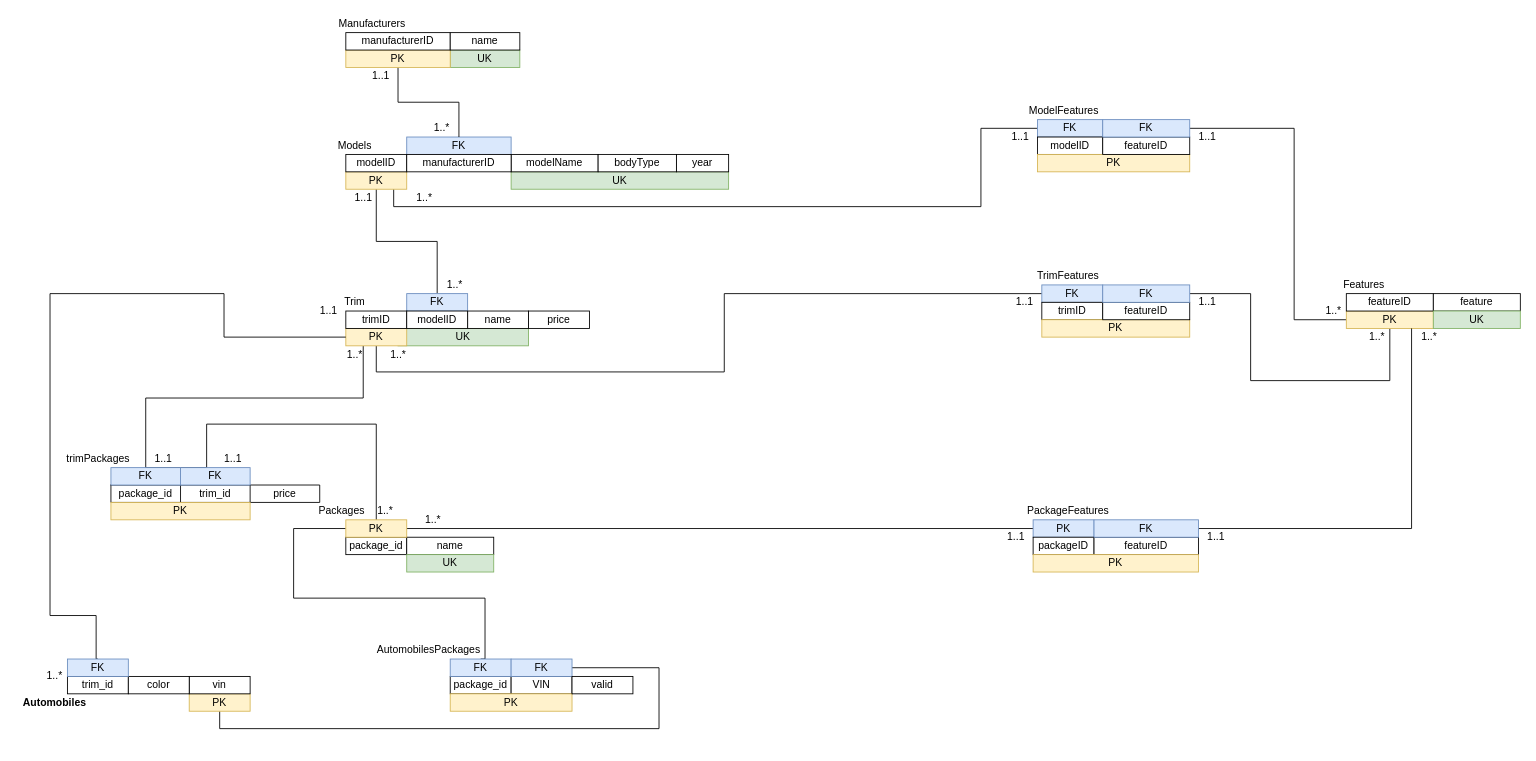
The draw.io diagram page "Scheme" (2 of 2) of Project 2.drawio in AnthraciteData/CECS-323-, before the edit. Source tidied: cells renumbered, new cells numbered last; positions are measured from the earlier drawing's top-left corner, leaving out a move shared by most shapes. Both pictures are drawn from the tidied source at 87%, with x=0, y=0 at pixel (15, 15).
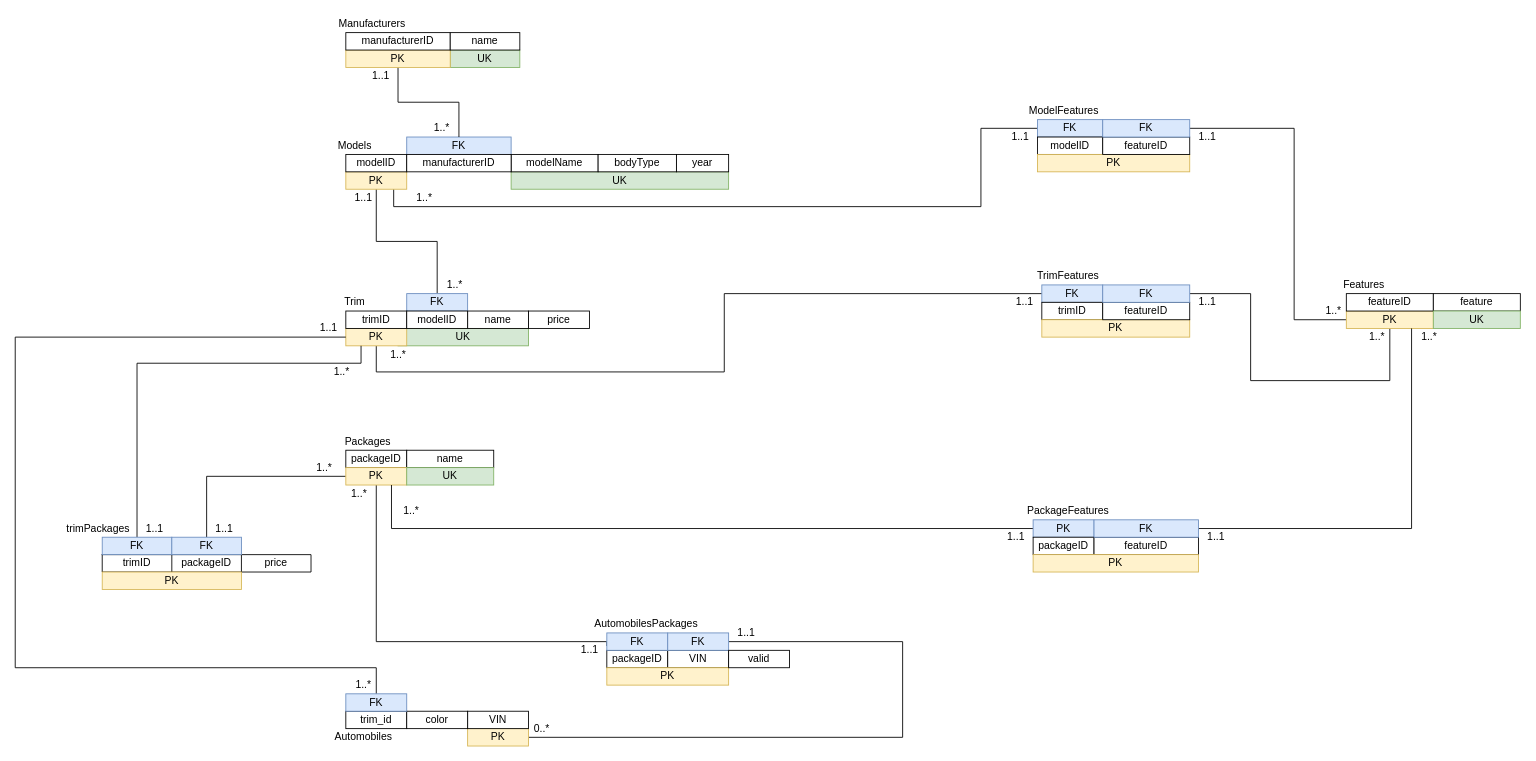
Above is the later version.

Unchanged cells that the change refers to:
```xml
<mxCell id="34" value="PK" style="whiteSpace=wrap;html=1;fillColor=#fff2cc;strokeColor=#d6b656;" parent="1" vertex="1">
  <mxGeometry x="380" y="360" width="70" height="20" as="geometry" />
</mxCell>
<mxCell id="44" style="shape=tableRow;horizontal=0;startSize=0;swimlaneHead=0;swimlaneBody=0;top=0;left=0;bottom=0;right=0;fillColor=none;" parent="43" vertex="1">
  <mxGeometry width="240" height="20" as="geometry" />
</mxCell>
<mxCell id="64" value="PK" style="whiteSpace=wrap;html=1;fillColor=#dae8fc;strokeColor=#6c8ebf;" parent="1" vertex="1">
  <mxGeometry x="1170" y="580" width="70" height="20" as="geometry" />
</mxCell>
```

Diff of the diagram source:
```diff
@@
     <mxCell id="3" style="edgeStyle=orthogonalEdgeStyle;rounded=0;jettySize=auto;html=1;entryX=1;entryY=0.5;entryDx=0;entryDy=0;endArrow=none;endFill=0;" parent="1" edge="1" source="4" target="104">
       <mxGeometry relative="1" as="geometry">
         <Array as="points">
-          <mxPoint x="235" y="820" />
-          <mxPoint x="740" y="820" />
-          <mxPoint x="740" y="750" />
+          <mxPoint x="1020" y="830" />
+          <mxPoint x="1020" y="720" />
         </Array>
       </mxGeometry>
     </mxCell>
     <mxCell id="4" value="PK" style="whiteSpace=wrap;html=1;fillColor=#fff2cc;strokeColor=#d6b656;" parent="1" vertex="1">
-      <mxGeometry x="200" y="780" width="70" height="20" as="geometry" />
+      <mxGeometry x="520" y="820" width="70" height="20" as="geometry" />
     </mxCell>
-    <mxCell id="5" value="vin" style="whiteSpace=wrap;html=1;" parent="1" vertex="1">
-      <mxGeometry x="200" y="760" width="70" height="20" as="geometry" />
+    <mxCell id="5" value="VIN" style="whiteSpace=wrap;html=1;" parent="1" vertex="1">
+      <mxGeometry x="520" y="800" width="70" height="20" as="geometry" />
     </mxCell>
@@
-    <mxCell id="22" value="Automobiles" style="text;html=1;align=center;verticalAlign=middle;strokeColor=none;fillColor=none;fontStyle=1;" parent="1" vertex="1">
-      <mxGeometry y="780" width="90" height="20" as="geometry" />
-    </mxCell>
     <mxCell id="23" value="trim_id" style="whiteSpace=wrap;html=1;" parent="1" vertex="1">
-      <mxGeometry x="60" y="760" width="70" height="20" as="geometry" />
+      <mxGeometry x="380" y="800" width="70" height="20" as="geometry" />
     </mxCell>
@@
     <mxCell id="25" value="color" style="whiteSpace=wrap;html=1;" parent="1" vertex="1">
-      <mxGeometry x="130" y="760" width="70" height="20" as="geometry" />
+      <mxGeometry x="450" y="800" width="70" height="20" as="geometry" />
     </mxCell>
     <mxCell id="26" value="Packages" style="text;html=1;align=center;verticalAlign=middle;strokeColor=none;fillColor=none;" parent="1" vertex="1">
-      <mxGeometry x="340" y="560" width="70" height="20" as="geometry" />
+      <mxGeometry x="370" y="480" width="70" height="20" as="geometry" />
     </mxCell>
-    <mxCell id="27" value="package_id" style="whiteSpace=wrap;html=1;" parent="1" vertex="1">
-      <mxGeometry x="380" y="600" width="70" height="20" as="geometry" />
+    <mxCell id="27" value="packageID" style="whiteSpace=wrap;html=1;" parent="1" vertex="1">
+      <mxGeometry x="380" y="500" width="70" height="20" as="geometry" />
     </mxCell>
     <mxCell id="28" value="name" style="whiteSpace=wrap;html=1;" parent="1" vertex="1">
-      <mxGeometry x="450" y="600" width="100" height="20" as="geometry" />
+      <mxGeometry x="450" y="500" width="100" height="20" as="geometry" />
     </mxCell>
@@
-    <mxCell id="33" style="edgeStyle=orthogonalEdgeStyle;rounded=0;jettySize=auto;html=1;entryX=-0.075;entryY=1.236;entryDx=0;entryDy=0;entryPerimeter=0;endArrow=none;endFill=0;" parent="1" edge="1" source="34" target="62">
-      <mxGeometry relative="1" as="geometry">
-        <Array as="points">
-          <mxPoint x="400" y="440" />
-          <mxPoint x="150" y="440" />
-          <mxPoint x="150" y="525" />
-        </Array>
-      </mxGeometry>
-    </mxCell>
@@
-    <mxCell id="35" style="edgeStyle=orthogonalEdgeStyle;rounded=0;jettySize=auto;html=1;exitX=0;exitY=0.5;exitDx=0;exitDy=0;endArrow=none;endFill=0;entryX=0.5;entryY=0;entryDx=0;entryDy=0;" parent="1" edge="1" source="34" target="99">
-      <mxGeometry relative="1" as="geometry">
-        <Array as="points">
-          <mxPoint x="240" y="370" />
-          <mxPoint x="240" y="320" />
-          <mxPoint x="40" y="320" />
-          <mxPoint x="40" y="690" />
-          <mxPoint x="93" y="690" />
-          <mxPoint x="93" y="740" />
-        </Array>
-      </mxGeometry>
-    </mxCell>
@@
-    <mxCell id="39" style="edgeStyle=orthogonalEdgeStyle;rounded=0;jettySize=auto;html=1;entryX=0.5;entryY=0;entryDx=0;entryDy=0;endArrow=none;endFill=0;" parent="1" edge="1" source="42" target="49">
-      <mxGeometry relative="1" as="geometry">
-        <Array as="points">
-          <mxPoint x="415" y="470" />
-          <mxPoint x="220" y="470" />
-          <mxPoint x="220" y="520" />
-        </Array>
-      </mxGeometry>
-    </mxCell>
-    <mxCell id="40" style="edgeStyle=orthogonalEdgeStyle;rounded=0;jettySize=auto;html=1;entryX=0;entryY=0.5;entryDx=0;entryDy=0;endArrow=none;endFill=0;" parent="1" edge="1" source="42" target="64">
-      <mxGeometry relative="1" as="geometry" />
-    </mxCell>
-    <mxCell id="41" style="edgeStyle=orthogonalEdgeStyle;rounded=0;jettySize=auto;html=1;entryX=0.5;entryY=0;entryDx=0;entryDy=0;endArrow=none;endFill=0;" parent="1" edge="1" source="42" target="103">
+    <mxCell id="41" style="edgeStyle=orthogonalEdgeStyle;rounded=0;jettySize=auto;html=1;entryX=0;entryY=0.75;entryDx=0;entryDy=0;endArrow=none;endFill=0;" parent="1" edge="1" source="42" target="103">
       <mxGeometry relative="1" as="geometry">
         <Array as="points">
-          <mxPoint x="320" y="590" />
-          <mxPoint x="320" y="670" />
-          <mxPoint x="540" y="670" />
-          <mxPoint x="540" y="740" />
+          <mxPoint x="415" y="720" />
+          <mxPoint x="680" y="720" />
         </Array>
       </mxGeometry>
     </mxCell>
+    <mxCell id="109" style="edgeStyle=orthogonalEdgeStyle;rounded=0;jettySize=auto;html=1;entryX=0.5;entryY=0;entryDx=0;entryDy=0;endArrow=none;endFill=0;" parent="1" edge="1" source="42" target="51">
+      <mxGeometry relative="1" as="geometry" />
+    </mxCell>
     <mxCell id="42" value="PK" style="whiteSpace=wrap;html=1;fillColor=#fff2cc;strokeColor=#d6b656;" parent="1" vertex="1">
-      <mxGeometry x="380" y="580" width="70" height="20" as="geometry" />
+      <mxGeometry x="380" y="520" width="70" height="20" as="geometry" />
     </mxCell>
     <mxCell id="43" style="shape=table;html=1;whiteSpace=wrap;startSize=0;childLayout=tableLayout;" parent="1" vertex="1">
-      <mxGeometry x="110" y="540" width="240" height="20" as="geometry" />
+      <mxGeometry x="100" y="620" width="240" height="20" as="geometry" />
     </mxCell>
@@
-    <mxCell id="45" value="package_id" style="shape=partialRectangle;html=1;whiteSpace=wrap;fillColor=none;top=0;left=0;bottom=0;right=0;overflow=hidden;" parent="44" vertex="1">
+    <mxCell id="45" value="trimID" style="shape=partialRectangle;html=1;whiteSpace=wrap;fillColor=none;top=0;left=0;bottom=0;right=0;overflow=hidden;" parent="44" vertex="1">
       <mxGeometry width="80" height="20" as="geometry" />
     </mxCell>
-    <mxCell id="46" value="trim_id" style="shape=partialRectangle;html=1;whiteSpace=wrap;fillColor=none;top=0;left=0;bottom=0;right=0;overflow=hidden;" parent="44" vertex="1">
+    <mxCell id="46" value="packageID" style="shape=partialRectangle;html=1;whiteSpace=wrap;fillColor=none;top=0;left=0;bottom=0;right=0;overflow=hidden;" parent="44" vertex="1">
       <mxGeometry x="80" width="80" height="20" as="geometry" />
     </mxCell>
@@
     <mxCell id="48" value="PK" style="whiteSpace=wrap;html=1;fillColor=#fff2cc;strokeColor=#d6b656;" parent="1" vertex="1">
-      <mxGeometry x="110" y="560" width="160" height="20" as="geometry" />
+      <mxGeometry x="100" y="640" width="160" height="20" as="geometry" />
     </mxCell>
+    <mxCell id="110" style="edgeStyle=orthogonalEdgeStyle;rounded=0;jettySize=auto;html=1;entryX=0.25;entryY=1;entryDx=0;entryDy=0;endArrow=none;endFill=0;" parent="1" edge="1" source="49" target="34">
+      <mxGeometry relative="1" as="geometry">
+        <Array as="points">
+          <mxPoint x="140" y="400" />
+          <mxPoint x="398" y="400" />
+        </Array>
+      </mxGeometry>
+    </mxCell>
     <mxCell id="49" value="FK" style="whiteSpace=wrap;html=1;fillColor=#dae8fc;strokeColor=#6c8ebf;" parent="1" vertex="1">
-      <mxGeometry x="110" y="520" width="80" height="20" as="geometry" />
+      <mxGeometry x="100" y="600" width="80" height="20" as="geometry" />
     </mxCell>
     <mxCell id="50" value="UK" style="whiteSpace=wrap;html=1;fillColor=#d5e8d4;strokeColor=#82b366;" parent="1" vertex="1">
-      <mxGeometry x="450" y="620" width="100" height="20" as="geometry" />
+      <mxGeometry x="450" y="520" width="100" height="20" as="geometry" />
     </mxCell>
     <mxCell id="51" value="FK" style="whiteSpace=wrap;html=1;fillColor=#dae8fc;strokeColor=#6c8ebf;" parent="1" vertex="1">
-      <mxGeometry x="190" y="520" width="80" height="20" as="geometry" />
+      <mxGeometry x="180" y="600" width="80" height="20" as="geometry" />
     </mxCell>
@@
     <mxCell id="53" value="1..*" style="text;html=1;align=center;verticalAlign=middle;strokeColor=none;fillColor=none;" parent="1" vertex="1">
-      <mxGeometry x="30" y="750" width="30" height="20" as="geometry" />
+      <mxGeometry x="385" y="760" width="30" height="20" as="geometry" />
     </mxCell>
     <mxCell id="54" value="1..1" style="text;html=1;align=center;verticalAlign=middle;strokeColor=none;fillColor=none;" parent="1" vertex="1">
-      <mxGeometry x="340" y="330" width="40" height="20" as="geometry" />
+      <mxGeometry x="340" y="350" width="40" height="20" as="geometry" />
     </mxCell>
@@
     <mxCell id="57" value="1..*" style="text;html=1;align=center;verticalAlign=middle;strokeColor=none;fillColor=none;" parent="1" vertex="1">
-      <mxGeometry x="375" y="380" width="30" height="20" as="geometry" />
+      <mxGeometry x="360" y="400" width="30" height="20" as="geometry" />
     </mxCell>
@@
     <mxCell id="59" value="trimPackages" style="text;html=1;align=center;verticalAlign=middle;strokeColor=none;fillColor=none;" parent="1" vertex="1">
-      <mxGeometry x="50" y="500" width="90" height="20" as="geometry" />
+      <mxGeometry x="50" y="580" width="90" height="20" as="geometry" />
     </mxCell>
     <mxCell id="60" value="1..*" style="text;html=1;align=center;verticalAlign=middle;strokeColor=none;fillColor=none;" parent="1" vertex="1">
-      <mxGeometry x="410" y="560" width="30" height="20" as="geometry" />
+      <mxGeometry x="340" y="510" width="30" height="20" as="geometry" />
     </mxCell>
     <mxCell id="61" value="1..1" style="text;html=1;align=center;verticalAlign=middle;strokeColor=none;fillColor=none;" parent="1" vertex="1">
-      <mxGeometry x="150" y="500" width="40" height="20" as="geometry" />
+      <mxGeometry x="140" y="580" width="40" height="20" as="geometry" />
     </mxCell>
     <mxCell id="62" value="1..1" style="text;html=1;align=center;verticalAlign=middle;points=[];strokeColor=none;fillColor=none;" parent="1" vertex="1">
-      <mxGeometry x="230" y="500" width="40" height="20" as="geometry" />
+      <mxGeometry x="220" y="580" width="40" height="20" as="geometry" />
     </mxCell>
@@
+    <mxCell id="111" style="edgeStyle=orthogonalEdgeStyle;rounded=0;jettySize=auto;html=1;entryX=0.75;entryY=1;entryDx=0;entryDy=0;endArrow=none;endFill=0;" parent="1" edge="1" source="64" target="42">
+      <mxGeometry relative="1" as="geometry" />
+    </mxCell>
@@
     <mxCell id="96" value="1..*" style="text;html=1;align=center;verticalAlign=middle;strokeColor=none;fillColor=none;" parent="1" vertex="1">
-      <mxGeometry x="465" y="570" width="30" height="20" as="geometry" />
+      <mxGeometry x="440" y="560" width="30" height="20" as="geometry" />
     </mxCell>
@@
+    <mxCell id="112" style="edgeStyle=orthogonalEdgeStyle;rounded=0;jettySize=auto;html=1;entryX=0;entryY=0.5;entryDx=0;entryDy=0;endArrow=none;endFill=0;" parent="1" edge="1" source="99" target="34">
+      <mxGeometry relative="1" as="geometry">
+        <Array as="points">
+          <mxPoint x="415" y="750" />
+          <mxPoint y="750" />
+          <mxPoint y="370" />
+        </Array>
+      </mxGeometry>
+    </mxCell>
     <mxCell id="99" value="FK" style="whiteSpace=wrap;html=1;fillColor=#dae8fc;strokeColor=#6c8ebf;" parent="1" vertex="1">
-      <mxGeometry x="60" y="740" width="70" height="20" as="geometry" />
+      <mxGeometry x="380" y="780" width="70" height="20" as="geometry" />
     </mxCell>
     <mxCell id="100" value="AutomobilesPackages" style="text;html=1;align=center;verticalAlign=middle;strokeColor=none;fillColor=none;" parent="1" vertex="1">
-      <mxGeometry x="410" y="720" width="130" height="20" as="geometry" />
+      <mxGeometry x="660" y="690" width="130" height="20" as="geometry" />
     </mxCell>
-    <mxCell id="101" value="package_id" style="whiteSpace=wrap;html=1;" parent="1" vertex="1">
-      <mxGeometry x="500" y="760" width="70" height="20" as="geometry" />
+    <mxCell id="101" value="packageID" style="whiteSpace=wrap;html=1;" parent="1" vertex="1">
+      <mxGeometry x="680" y="730" width="70" height="20" as="geometry" />
     </mxCell>
     <mxCell id="102" value="VIN" style="whiteSpace=wrap;html=1;" parent="1" vertex="1">
-      <mxGeometry x="570" y="760" width="70" height="20" as="geometry" />
+      <mxGeometry x="750" y="730" width="70" height="20" as="geometry" />
     </mxCell>
     <mxCell id="103" value="FK" style="whiteSpace=wrap;html=1;fillColor=#dae8fc;strokeColor=#6c8ebf;" parent="1" vertex="1">
-      <mxGeometry x="500" y="740" width="70" height="20" as="geometry" />
+      <mxGeometry x="680" y="710" width="70" height="20" as="geometry" />
     </mxCell>
     <mxCell id="104" value="FK" style="whiteSpace=wrap;html=1;fillColor=#dae8fc;strokeColor=#6c8ebf;" parent="1" vertex="1">
-      <mxGeometry x="570" y="740" width="70" height="20" as="geometry" />
+      <mxGeometry x="750" y="710" width="70" height="20" as="geometry" />
     </mxCell>
     <mxCell id="105" value="PK" style="whiteSpace=wrap;html=1;fillColor=#fff2cc;strokeColor=#d6b656;" parent="1" vertex="1">
-      <mxGeometry x="500" y="780" width="140" height="20" as="geometry" />
+      <mxGeometry x="680" y="750" width="140" height="20" as="geometry" />
     </mxCell>
     <mxCell id="106" value="valid" style="whiteSpace=wrap;html=1;" parent="1" vertex="1">
-      <mxGeometry x="640" y="760" width="70" height="20" as="geometry" />
+      <mxGeometry x="820" y="730" width="70" height="20" as="geometry" />
     </mxCell>
@@
+    <mxCell id="22" value="Automobiles" style="text;html=1;align=center;verticalAlign=middle;strokeColor=none;fillColor=none;" parent="1" vertex="1">
+      <mxGeometry x="360" y="820" width="80" height="20" as="geometry" />
+    </mxCell>
+    <mxCell id="113" value="1..1" style="text;html=1;align=center;verticalAlign=middle;strokeColor=none;fillColor=none;" parent="1" vertex="1">
+      <mxGeometry x="820" y="700" width="40" height="20" as="geometry" />
+    </mxCell>
+    <mxCell id="114" value="1..1" style="text;html=1;align=center;verticalAlign=middle;strokeColor=none;fillColor=none;" parent="1" vertex="1">
+      <mxGeometry x="640" y="720" width="40" height="20" as="geometry" />
+    </mxCell>
+    <mxCell id="115" value="0..*" style="text;html=1;align=center;verticalAlign=middle;strokeColor=none;fillColor=none;" parent="1" vertex="1">
+      <mxGeometry x="590" y="810" width="30" height="20" as="geometry" />
+    </mxCell>
+    <mxCell id="116" value="1..*" style="text;html=1;align=center;verticalAlign=middle;strokeColor=none;fillColor=none;" parent="1" vertex="1">
+      <mxGeometry x="380" y="540" width="30" height="20" as="geometry" />
+    </mxCell>
```
